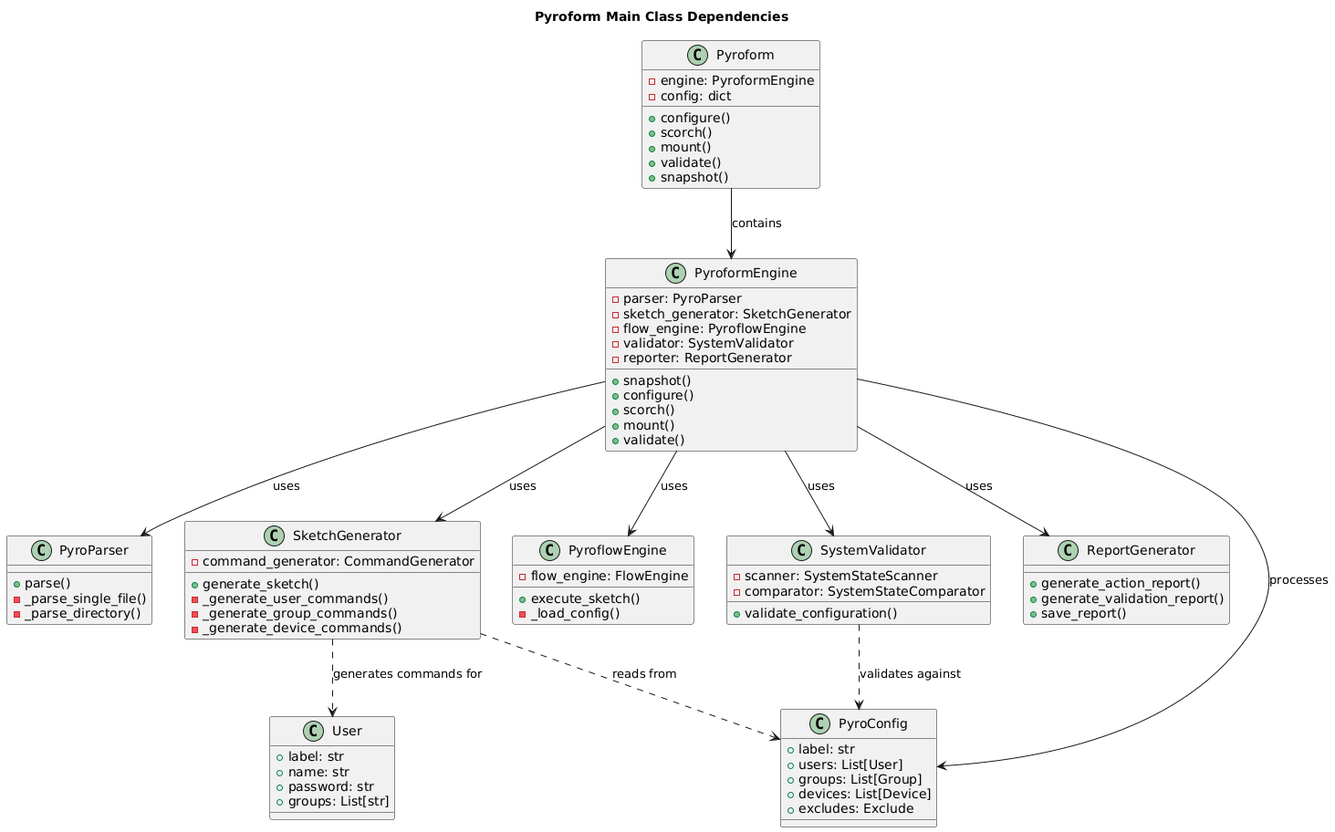
Above: pyroform/dox/Diagrams/pyroform_class_dependency_diagram.png in Del-Tango/Pyroform (PlantUML), before the change.
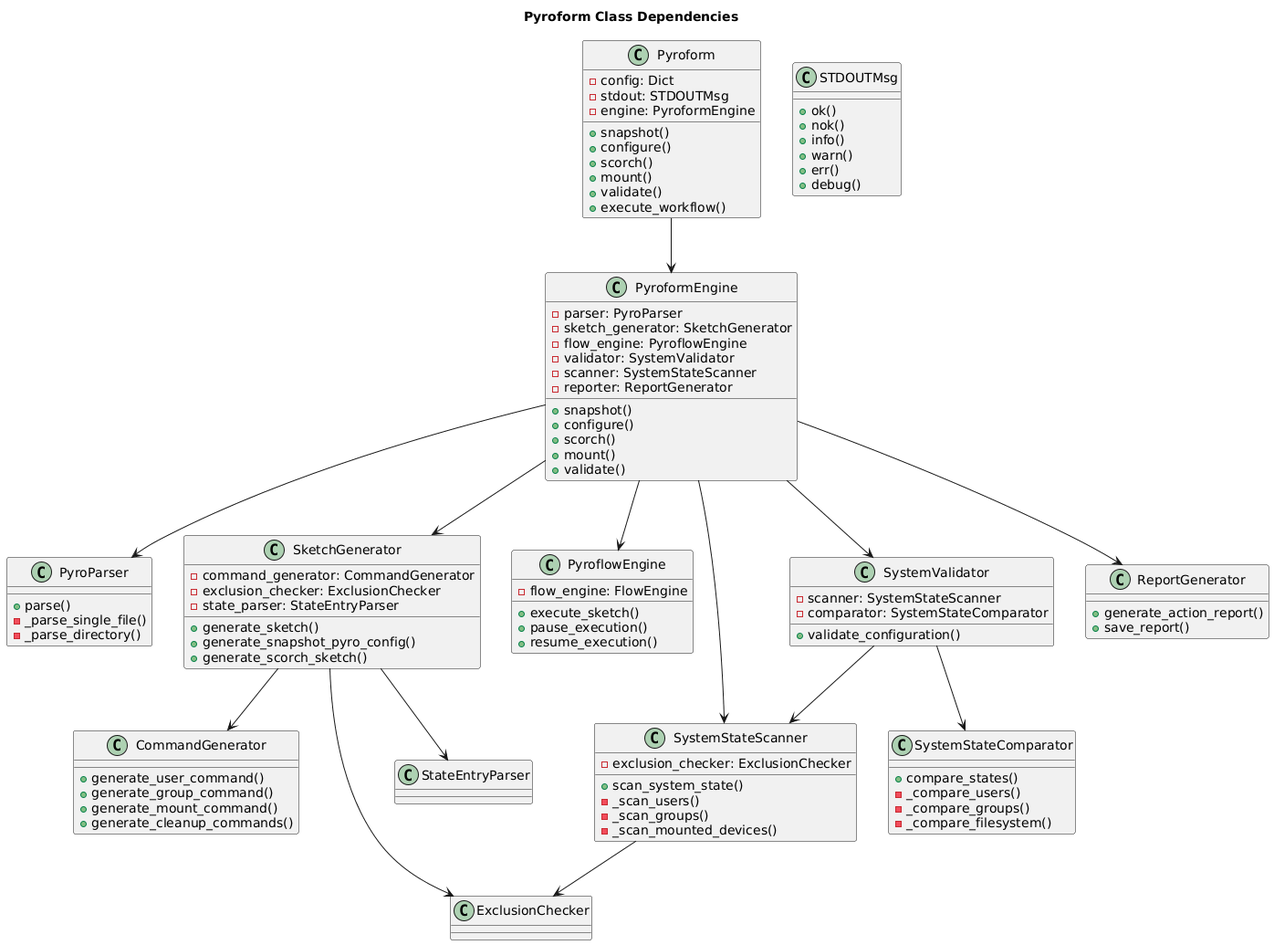
After the change.

Diff of the diagram source:
```diff
@@ -1,86 +1,110 @@
 @startuml
-title Pyroform Main Class Dependencies
+title Pyroform Class Dependencies
 
 class Pyroform {
-  +configure()
-  +scorch()
-  +mount()
-  +validate()
-  +snapshot()
-  -engine: PyroformEngine
-  -config: dict
+  - config: Dict
+  - stdout: STDOUTMsg
+  - engine: PyroformEngine
+  + snapshot()
+  + configure()
+  + scorch()
+  + mount()
+  + validate()
+  + execute_workflow()
 }
 
 class PyroformEngine {
-  +snapshot()
-  +configure()
-  +scorch()
-  +mount()
-  +validate()
-  -parser: PyroParser
-  -sketch_generator: SketchGenerator
-  -flow_engine: PyroflowEngine
-  -validator: SystemValidator
-  -reporter: ReportGenerator
+  - parser: PyroParser
+  - sketch_generator: SketchGenerator
+  - flow_engine: PyroflowEngine
+  - validator: SystemValidator
+  - scanner: SystemStateScanner
+  - reporter: ReportGenerator
+  + snapshot()
+  + configure()
+  + scorch()
+  + mount()
+  + validate()
 }
 
 class PyroParser {
-  +parse()
-  -_parse_single_file()
-  -_parse_directory()
+  + parse()
+  - _parse_single_file()
+  - _parse_directory()
 }
 
 class SketchGenerator {
-  +generate_sketch()
-  -_generate_user_commands()
-  -_generate_group_commands()
-  -_generate_device_commands()
-  -command_generator: CommandGenerator
+  - command_generator: CommandGenerator
+  - exclusion_checker: ExclusionChecker
+  - state_parser: StateEntryParser
+  + generate_sketch()
+  + generate_snapshot_pyro_config()
+  + generate_scorch_sketch()
 }
 
 class PyroflowEngine {
-  +execute_sketch()
-  -_load_config()
-  -flow_engine: FlowEngine
+  - flow_engine: FlowEngine
+  + execute_sketch()
+  + pause_execution()
+  + resume_execution()
 }
 
 class SystemValidator {
-  +validate_configuration()
-  -scanner: SystemStateScanner
-  -comparator: SystemStateComparator
+  - scanner: SystemStateScanner
+  - comparator: SystemStateComparator
+  + validate_configuration()
+}
+
+class SystemStateScanner {
+  - exclusion_checker: ExclusionChecker
+  + scan_system_state()
+  - _scan_users()
+  - _scan_groups()
+  - _scan_mounted_devices()
+}
+
+class SystemStateComparator {
+  + compare_states()
+  - _compare_users()
+  - _compare_groups()
+  - _compare_filesystem()
+}
+
+class CommandGenerator {
+  + generate_user_command()
+  + generate_group_command()
+  + generate_mount_command()
+  + generate_cleanup_commands()
 }
 
 class ReportGenerator {
-  +generate_action_report()
-  +generate_validation_report()
-  +save_report()
+  + generate_action_report()
+  + save_report()
 }
 
-class PyroConfig {
-  +label: str
-  +users: List[User]
-  +groups: List[Group]
-  +devices: List[Device]
-  +excludes: Exclude
+class STDOUTMsg {
+  + ok()
+  + nok()
+  + info()
+  + warn()
+  + err()
+  + debug()
 }
 
-class User {
-  +label: str
-  +name: str
-  +password: str
-  +groups: List[str]
-}
+Pyroform --> PyroformEngine
+PyroformEngine --> PyroParser
+PyroformEngine --> SketchGenerator
+PyroformEngine --> PyroflowEngine
+PyroformEngine --> SystemValidator
+PyroformEngine --> SystemStateScanner
+PyroformEngine --> ReportGenerator
 
-Pyroform --> PyroformEngine : contains
-PyroformEngine --> PyroParser : uses
-PyroformEngine --> SketchGenerator : uses
-PyroformEngine --> PyroflowEngine : uses
-PyroformEngine --> SystemValidator : uses
-PyroformEngine --> ReportGenerator : uses
-PyroformEngine --> PyroConfig : processes
+SketchGenerator --> CommandGenerator
+SketchGenerator --> ExclusionChecker
+SketchGenerator --> StateEntryParser
 
-SketchGenerator ..> User : generates commands for
-SketchGenerator ..> PyroConfig : reads from
+SystemValidator --> SystemStateScanner
+SystemValidator --> SystemStateComparator
 
-SystemValidator ..> PyroConfig : validates against
+SystemStateScanner --> ExclusionChecker
 @enduml
```
